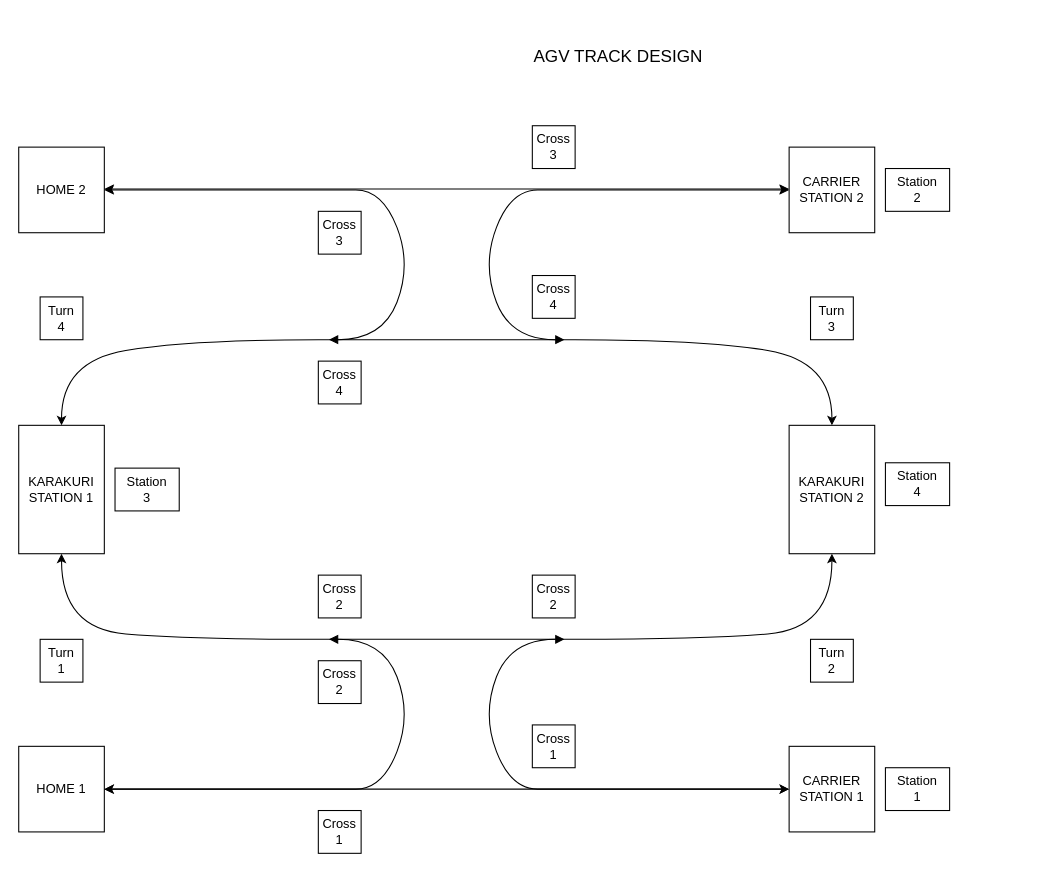
This is page "Page-1" (1 of 4) of Program/Breakdown/AGV Track Design.drawio from AlfonsusGiovanni/Automated-Guided-Vehicle, a draw.io file, before an edit. Source tidied: cells renumbered, new cells numbered last; positions are measured from the earlier drawing's top-left corner, leaving out a move shared by most shapes. Both pictures are drawn from the tidied source at 107%, with x=0, y=0 at pixel (18, 40).
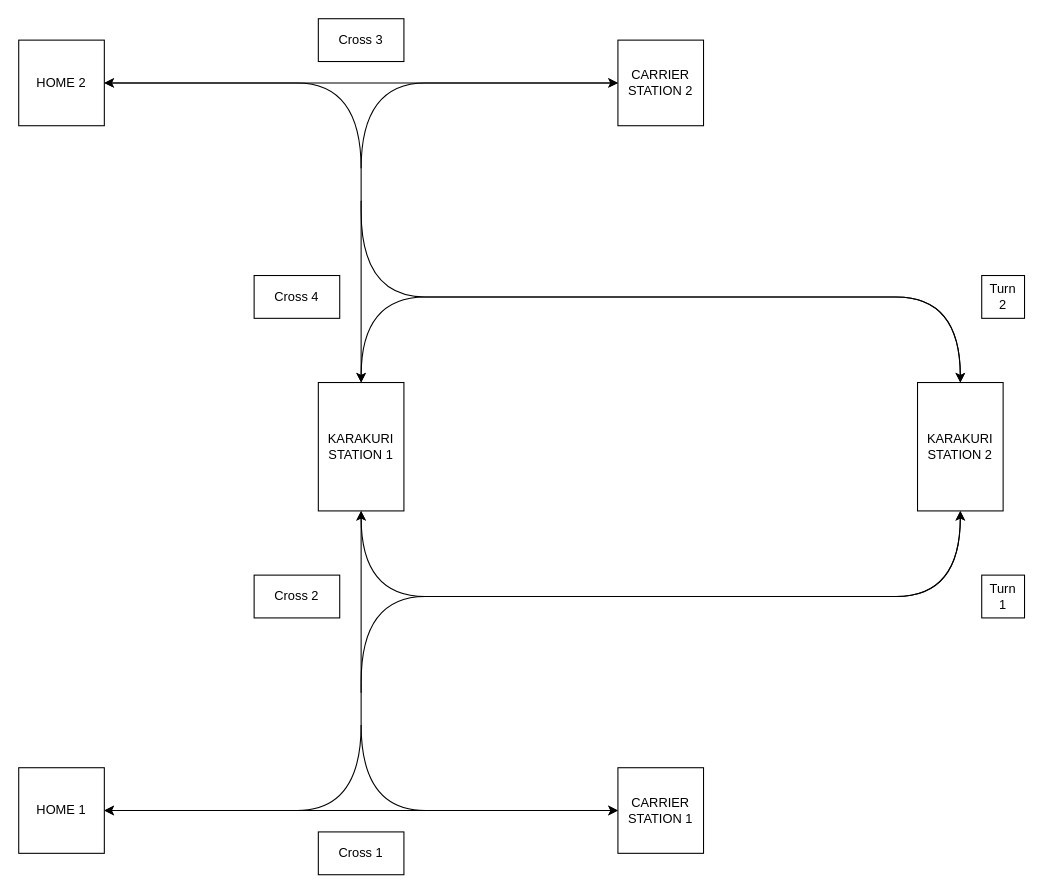
Above is the later version.

The edit, as a diff of the source:
```diff
@@
-    <mxCell id="2" value="AGV TRACK DESIGN" style="text;html=1;align=center;verticalAlign=middle;strokeColor=none;fillColor=none;fontSize=16;" parent="1" vertex="1">
-      <mxGeometry x="470" width="180" height="30" as="geometry" />
-    </mxCell>
-    <mxCell id="3" style="edgeStyle=orthogonalEdgeStyle;rounded=0;jettySize=auto;html=1;exitX=1;exitY=0.5;exitDx=0;exitDy=0;entryX=0;entryY=0.5;entryDx=0;entryDy=0;startArrow=classic;startFill=1;" parent="1" edge="1" source="4" target="5">
-      <mxGeometry relative="1" as="geometry" />
+    <mxCell id="3" style="edgeStyle=orthogonalEdgeStyle;rounded=0;orthogonalLoop=1;jettySize=auto;html=1;startArrow=classic;startFill=1;" parent="1" edge="1">
+      <mxGeometry relative="1" as="geometry">
+        <mxPoint x="80" y="720" as="sourcePoint" />
+        <mxPoint x="560" y="720" as="targetPoint" />
+      </mxGeometry>
     </mxCell>
     <mxCell id="4" value="HOME 1" style="rounded=0;whiteSpace=wrap;html=1;fillColor=none;" parent="1" vertex="1">
-      <mxGeometry y="660" width="80" height="80" as="geometry" />
+      <mxGeometry y="680" width="80" height="80" as="geometry" />
     </mxCell>
     <mxCell id="5" value="CARRIER&lt;div&gt;STATION 1&lt;/div&gt;" style="rounded=0;whiteSpace=wrap;html=1;fillColor=none;" parent="1" vertex="1">
-      <mxGeometry x="720" y="660" width="80" height="80" as="geometry" />
+      <mxGeometry x="560" y="680" width="80" height="80" as="geometry" />
     </mxCell>
     <mxCell id="6" value="KARAKURI STATION 1" style="rounded=0;whiteSpace=wrap;html=1;fillColor=none;" parent="1" vertex="1">
-      <mxGeometry y="360" width="80" height="120" as="geometry" />
+      <mxGeometry x="280" y="320" width="80" height="120" as="geometry" />
     </mxCell>
     <mxCell id="7" value="HOME 2" style="rounded=0;whiteSpace=wrap;html=1;fillColor=none;" parent="1" vertex="1">
-      <mxGeometry y="100" width="80" height="80" as="geometry" />
+      <mxGeometry width="80" height="80" as="geometry" />
     </mxCell>
     <mxCell id="8" value="KARAKURI STATION 2" style="rounded=0;whiteSpace=wrap;html=1;fillColor=none;" parent="1" vertex="1">
-      <mxGeometry x="720" y="360" width="80" height="120" as="geometry" />
+      <mxGeometry x="840" y="320" width="80" height="120" as="geometry" />
     </mxCell>
     <mxCell id="9" value="CARRIER&lt;div&gt;STATION 2&lt;/div&gt;" style="rounded=0;whiteSpace=wrap;html=1;fillColor=none;" parent="1" vertex="1">
-      <mxGeometry x="720" y="100" width="80" height="80" as="geometry" />
+      <mxGeometry x="560" width="80" height="80" as="geometry" />
     </mxCell>
-    <mxCell id="10" style="curved=1;endArrow=classic;html=1;rounded=0;startArrow=block;startFill=1;" parent="1" edge="1">
-      <mxGeometry relative="1" as="geometry">
-        <mxPoint x="290" y="560" as="sourcePoint" />
-        <mxPoint x="80" y="700" as="targetPoint" />
-        <Array as="points">
-          <mxPoint x="340" y="560" />
-          <mxPoint x="367" y="630" />
-          <mxPoint x="340" y="700" />
-          <mxPoint x="290" y="700" />
-        </Array>
-      </mxGeometry>
-    </mxCell>
-    <mxCell id="11" style="curved=1;endArrow=classic;html=1;rounded=0;entryX=0.5;entryY=1;entryDx=0;entryDy=0;exitX=0.5;exitY=1;exitDx=0;exitDy=0;startArrow=classic;startFill=1;" parent="1" edge="1" source="8" target="6">
-      <mxGeometry relative="1" as="geometry">
-        <Array as="points">
-          <mxPoint x="760" y="550" />
-          <mxPoint x="640" y="560" />
-          <mxPoint x="400" y="560" />
-          <mxPoint x="160" y="560" />
-          <mxPoint x="40" y="550" />
-        </Array>
-      </mxGeometry>
-    </mxCell>
-    <mxCell id="12" style="curved=1;endArrow=classic;html=1;rounded=0;entryX=0.5;entryY=1;entryDx=0;entryDy=0;exitX=0.5;exitY=1;exitDx=0;exitDy=0;startArrow=classic;startFill=1;" parent="1" edge="1">
-      <mxGeometry relative="1" as="geometry">
-        <mxPoint x="760" y="360" as="sourcePoint" />
-        <mxPoint x="40" y="360" as="targetPoint" />
-        <Array as="points">
-          <mxPoint x="760" y="300" />
-          <mxPoint x="640" y="280" />
-          <mxPoint x="400" y="280" />
-          <mxPoint x="160" y="280" />
-          <mxPoint x="40" y="300" />
-        </Array>
-      </mxGeometry>
-    </mxCell>
-    <mxCell id="13" style="edgeStyle=orthogonalEdgeStyle;rounded=0;orthogonalLoop=1;jettySize=auto;html=1;exitX=1;exitY=0.5;exitDx=0;exitDy=0;entryX=0;entryY=0.5;entryDx=0;entryDy=0;startArrow=classic;startFill=1;" parent="1" edge="1">
-      <mxGeometry relative="1" as="geometry">
-        <mxPoint x="80" y="139.2" as="sourcePoint" />
-        <mxPoint x="720" y="139.2" as="targetPoint" />
-      </mxGeometry>
-    </mxCell>
-    <mxCell id="14" value="Cross&lt;div&gt;1&lt;/div&gt;" style="rounded=0;whiteSpace=wrap;html=1;fillColor=none;" parent="1" vertex="1">
-      <mxGeometry x="280" y="720" width="40" height="40" as="geometry" />
-    </mxCell>
-    <mxCell id="15" value="Cross&lt;div&gt;2&lt;/div&gt;" style="rounded=0;whiteSpace=wrap;html=1;fillColor=none;" parent="1" vertex="1">
-      <mxGeometry x="480" y="500" width="40" height="40" as="geometry" />
-    </mxCell>
-    <mxCell id="16" value="Cross&lt;div&gt;3&lt;/div&gt;" style="rounded=0;whiteSpace=wrap;html=1;fillColor=none;" parent="1" vertex="1">
-      <mxGeometry x="280" y="160" width="40" height="40" as="geometry" />
-    </mxCell>
-    <mxCell id="17" value="Cross&lt;div&gt;4&lt;/div&gt;" style="rounded=0;whiteSpace=wrap;html=1;fillColor=none;" parent="1" vertex="1">
-      <mxGeometry x="280" y="300" width="40" height="40" as="geometry" />
-    </mxCell>
-    <mxCell id="18" value="Turn&lt;div&gt;1&lt;/div&gt;" style="rounded=0;whiteSpace=wrap;html=1;fillColor=none;" parent="1" vertex="1">
-      <mxGeometry x="20" y="560" width="40" height="40" as="geometry" />
+    <mxCell id="18" value="Cross&amp;nbsp;&lt;span style=&quot;background-color: initial;&quot;&gt;1&lt;/span&gt;" style="rounded=0;whiteSpace=wrap;html=1;fillColor=none;" parent="1" vertex="1">
+      <mxGeometry x="280" y="740" width="80" height="40" as="geometry" />
     </mxCell>
+    <mxCell id="21" value="Turn&lt;div&gt;1&lt;/div&gt;" style="rounded=0;whiteSpace=wrap;html=1;fillColor=none;" parent="1" vertex="1">
+      <mxGeometry x="900" y="500" width="40" height="40" as="geometry" />
+    </mxCell>
+    <mxCell id="34" style="curved=1;endArrow=none;html=1;rounded=0;exitX=0.5;exitY=1;exitDx=0;exitDy=0;startArrow=classic;startFill=1;endFill=0;" parent="1" edge="1" source="8">
+      <mxGeometry relative="1" as="geometry">
+        <mxPoint x="320" y="600" as="targetPoint" />
+        <Array as="points">
+          <mxPoint x="880" y="520" />
+          <mxPoint x="760" y="520" />
+          <mxPoint x="440" y="520" />
+          <mxPoint x="320" y="520" />
+        </Array>
+      </mxGeometry>
+    </mxCell>
+    <mxCell id="35" style="curved=1;endArrow=classic;html=1;rounded=0;entryX=0.5;entryY=1;entryDx=0;entryDy=0;exitX=0.5;exitY=1;exitDx=0;exitDy=0;startArrow=classic;startFill=1;" parent="1" edge="1">
+      <mxGeometry relative="1" as="geometry">
+        <mxPoint x="880" y="320" as="sourcePoint" />
+        <mxPoint x="320" y="320" as="targetPoint" />
+        <Array as="points">
+          <mxPoint x="880" y="240" />
+          <mxPoint x="760" y="240" />
+          <mxPoint x="440" y="240" />
+          <mxPoint x="320" y="240" />
+        </Array>
+      </mxGeometry>
+    </mxCell>
+    <mxCell id="36" style="curved=1;endArrow=classic;html=1;rounded=0;entryX=0.5;entryY=1;entryDx=0;entryDy=0;exitX=0.5;exitY=1;exitDx=0;exitDy=0;startArrow=classic;startFill=1;" parent="1" edge="1">
+      <mxGeometry relative="1" as="geometry">
+        <mxPoint x="880" y="440" as="sourcePoint" />
+        <mxPoint x="320" y="440" as="targetPoint" />
+        <Array as="points">
+          <mxPoint x="880" y="520" />
+          <mxPoint x="760" y="520" />
+          <mxPoint x="440" y="520" />
+          <mxPoint x="320" y="520" />
+        </Array>
+      </mxGeometry>
+    </mxCell>
+    <mxCell id="37" style="curved=1;endArrow=none;html=1;rounded=0;exitX=0;exitY=0.5;exitDx=0;exitDy=0;startArrow=classic;startFill=1;endFill=0;" parent="1" edge="1" source="5">
+      <mxGeometry relative="1" as="geometry">
+        <mxPoint x="320" y="640" as="targetPoint" />
+        <Array as="points">
+          <mxPoint x="440" y="720" />
+          <mxPoint x="320" y="720" />
+        </Array>
+      </mxGeometry>
+    </mxCell>
+    <mxCell id="38" style="endArrow=none;html=1;rounded=0;" parent="1" edge="1">
+      <mxGeometry relative="1" as="geometry">
+        <mxPoint x="320" y="640" as="sourcePoint" />
+        <mxPoint x="320" y="600" as="targetPoint" />
+      </mxGeometry>
+    </mxCell>
+    <mxCell id="39" style="curved=1;endArrow=none;html=1;rounded=0;exitX=0;exitY=0.5;exitDx=0;exitDy=0;startArrow=classic;startFill=1;endFill=0;" parent="1" edge="1">
+      <mxGeometry relative="1" as="geometry">
+        <mxPoint x="80" y="720" as="sourcePoint" />
+        <mxPoint x="320" y="640" as="targetPoint" />
+        <Array as="points">
+          <mxPoint x="200" y="720" />
+          <mxPoint x="320" y="720" />
+        </Array>
+      </mxGeometry>
+    </mxCell>
+    <mxCell id="40" style="endArrow=classic;html=1;rounded=0;endFill=1;" parent="1" edge="1">
+      <mxGeometry relative="1" as="geometry">
+        <mxPoint x="320" y="610" as="sourcePoint" />
+        <mxPoint x="320" y="440" as="targetPoint" />
+      </mxGeometry>
+    </mxCell>
+    <mxCell id="41" style="edgeStyle=orthogonalEdgeStyle;rounded=0;orthogonalLoop=1;jettySize=auto;html=1;startArrow=classic;startFill=1;" parent="1" edge="1">
+      <mxGeometry relative="1" as="geometry">
+        <mxPoint x="560" y="40" as="sourcePoint" />
+        <mxPoint x="80" y="40" as="targetPoint" />
+      </mxGeometry>
+    </mxCell>
+    <mxCell id="42" style="curved=1;endArrow=none;html=1;rounded=0;exitX=0;exitY=0.5;exitDx=0;exitDy=0;startArrow=classic;startFill=1;endFill=0;" parent="1" edge="1">
+      <mxGeometry relative="1" as="geometry">
+        <mxPoint x="80" y="40" as="sourcePoint" />
+        <mxPoint x="320" y="120" as="targetPoint" />
+        <Array as="points">
+          <mxPoint x="200" y="40" />
+          <mxPoint x="320" y="40" />
+        </Array>
+      </mxGeometry>
+    </mxCell>
+    <mxCell id="43" style="endArrow=none;html=1;rounded=0;" parent="1" edge="1">
+      <mxGeometry relative="1" as="geometry">
+        <mxPoint x="320" y="120" as="sourcePoint" />
+        <mxPoint x="320" y="160" as="targetPoint" />
+      </mxGeometry>
+    </mxCell>
+    <mxCell id="44" style="curved=1;endArrow=none;html=1;rounded=0;exitX=0;exitY=0.5;exitDx=0;exitDy=0;startArrow=classic;startFill=1;endFill=0;" parent="1" edge="1">
+      <mxGeometry relative="1" as="geometry">
+        <mxPoint x="560" y="40" as="sourcePoint" />
+        <mxPoint x="320" y="120" as="targetPoint" />
+        <Array as="points">
+          <mxPoint x="440" y="40" />
+          <mxPoint x="320" y="40" />
+        </Array>
+      </mxGeometry>
+    </mxCell>
+    <mxCell id="45" style="endArrow=classic;html=1;rounded=0;endFill=1;" parent="1" edge="1">
+      <mxGeometry relative="1" as="geometry">
+        <mxPoint x="320" y="150" as="sourcePoint" />
+        <mxPoint x="320" y="320" as="targetPoint" />
+      </mxGeometry>
+    </mxCell>
+    <mxCell id="46" style="curved=1;endArrow=none;html=1;rounded=0;exitX=0.5;exitY=1;exitDx=0;exitDy=0;startArrow=classic;startFill=1;endFill=0;" parent="1" edge="1">
+      <mxGeometry relative="1" as="geometry">
+        <mxPoint x="880" y="320" as="sourcePoint" />
+        <mxPoint x="320" y="160" as="targetPoint" />
+        <Array as="points">
+          <mxPoint x="880" y="240" />
+          <mxPoint x="760" y="240" />
+          <mxPoint x="440" y="240" />
+          <mxPoint x="320" y="240" />
+        </Array>
+      </mxGeometry>
+    </mxCell>
+    <mxCell id="47" value="Cross 2" style="rounded=0;whiteSpace=wrap;html=1;fillColor=none;" parent="1" vertex="1">
+      <mxGeometry x="220" y="500" width="80" height="40" as="geometry" />
+    </mxCell>
+    <mxCell id="48" value="Cross 3" style="rounded=0;whiteSpace=wrap;html=1;fillColor=none;" parent="1" vertex="1">
+      <mxGeometry x="280" y="-20" width="80" height="40" as="geometry" />
+    </mxCell>
+    <mxCell id="49" value="Cross 4" style="rounded=0;whiteSpace=wrap;html=1;fillColor=none;" parent="1" vertex="1">
+      <mxGeometry x="220" y="220" width="80" height="40" as="geometry" />
+    </mxCell>
     <mxCell id="19" value="Turn&lt;div&gt;2&lt;/div&gt;" style="rounded=0;whiteSpace=wrap;html=1;fillColor=none;" parent="1" vertex="1">
-      <mxGeometry x="740" y="560" width="40" height="40" as="geometry" />
+      <mxGeometry x="900" y="220" width="40" height="40" as="geometry" />
     </mxCell>
-    <mxCell id="20" value="Turn&lt;div&gt;3&lt;/div&gt;" style="rounded=0;whiteSpace=wrap;html=1;fillColor=none;" parent="1" vertex="1">
-      <mxGeometry x="740" y="240" width="40" height="40" as="geometry" />
-    </mxCell>
-    <mxCell id="21" value="Turn&lt;div&gt;4&lt;/div&gt;" style="rounded=0;whiteSpace=wrap;html=1;fillColor=none;" parent="1" vertex="1">
-      <mxGeometry x="20" y="240" width="40" height="40" as="geometry" />
-    </mxCell>
-    <mxCell id="22" value="Station&lt;div&gt;1&lt;/div&gt;" style="rounded=0;whiteSpace=wrap;html=1;fillColor=none;" parent="1" vertex="1">
-      <mxGeometry x="810" y="680" width="60" height="40" as="geometry" />
-    </mxCell>
-    <mxCell id="23" value="Station&lt;div&gt;2&lt;/div&gt;" style="rounded=0;whiteSpace=wrap;html=1;fillColor=none;" parent="1" vertex="1">
-      <mxGeometry x="810" y="120" width="60" height="40" as="geometry" />
-    </mxCell>
-    <mxCell id="24" value="Station&lt;div&gt;4&lt;/div&gt;" style="rounded=0;whiteSpace=wrap;html=1;fillColor=none;" parent="1" vertex="1">
-      <mxGeometry x="810" y="395" width="60" height="40" as="geometry" />
-    </mxCell>
-    <mxCell id="25" value="Station&lt;div&gt;3&lt;/div&gt;" style="rounded=0;whiteSpace=wrap;html=1;fillColor=none;" parent="1" vertex="1">
-      <mxGeometry x="90" y="400" width="60" height="40" as="geometry" />
-    </mxCell>
-    <mxCell id="26" style="curved=1;endArrow=classic;html=1;rounded=0;startArrow=block;startFill=1;" parent="1" edge="1">
-      <mxGeometry relative="1" as="geometry">
-        <mxPoint x="510" y="560" as="sourcePoint" />
-        <mxPoint x="720" y="700" as="targetPoint" />
-        <Array as="points">
-          <mxPoint x="460" y="560" />
-          <mxPoint x="433" y="630" />
-          <mxPoint x="460" y="700" />
-          <mxPoint x="510" y="700" />
-        </Array>
-      </mxGeometry>
-    </mxCell>
-    <mxCell id="27" style="curved=1;endArrow=classic;html=1;rounded=0;startArrow=block;startFill=1;" parent="1" edge="1">
-      <mxGeometry relative="1" as="geometry">
-        <mxPoint x="290" y="280" as="sourcePoint" />
-        <mxPoint x="80" y="140" as="targetPoint" />
-        <Array as="points">
-          <mxPoint x="340" y="280" />
-          <mxPoint x="367" y="210" />
-          <mxPoint x="340" y="140" />
-          <mxPoint x="290" y="140" />
-        </Array>
-      </mxGeometry>
-    </mxCell>
-    <mxCell id="28" style="curved=1;endArrow=classic;html=1;rounded=0;startArrow=block;startFill=1;" parent="1" edge="1">
-      <mxGeometry relative="1" as="geometry">
-        <mxPoint x="510" y="280" as="sourcePoint" />
-        <mxPoint x="720" y="140" as="targetPoint" />
-        <Array as="points">
-          <mxPoint x="460" y="280" />
-          <mxPoint x="433" y="210" />
-          <mxPoint x="460" y="140" />
-          <mxPoint x="510" y="140" />
-        </Array>
-      </mxGeometry>
-    </mxCell>
-    <mxCell id="29" value="Cross&lt;div&gt;1&lt;/div&gt;" style="rounded=0;whiteSpace=wrap;html=1;fillColor=none;" parent="1" vertex="1">
-      <mxGeometry x="480" y="640" width="40" height="40" as="geometry" />
-    </mxCell>
-    <mxCell id="30" value="Cross&lt;div&gt;2&lt;/div&gt;" style="rounded=0;whiteSpace=wrap;html=1;fillColor=none;" parent="1" vertex="1">
-      <mxGeometry x="280" y="580" width="40" height="40" as="geometry" />
-    </mxCell>
-    <mxCell id="31" value="Cross&lt;div&gt;4&lt;/div&gt;" style="rounded=0;whiteSpace=wrap;html=1;fillColor=none;" parent="1" vertex="1">
-      <mxGeometry x="480" y="220" width="40" height="40" as="geometry" />
-    </mxCell>
-    <mxCell id="32" value="Cross&lt;div&gt;3&lt;/div&gt;" style="rounded=0;whiteSpace=wrap;html=1;fillColor=none;" parent="1" vertex="1">
-      <mxGeometry x="480" y="80" width="40" height="40" as="geometry" />
-    </mxCell>
-    <mxCell id="33" value="Cross&lt;div&gt;2&lt;/div&gt;" style="rounded=0;whiteSpace=wrap;html=1;fillColor=none;" parent="1" vertex="1">
-      <mxGeometry x="280" y="500" width="40" height="40" as="geometry" />
-    </mxCell>
```
